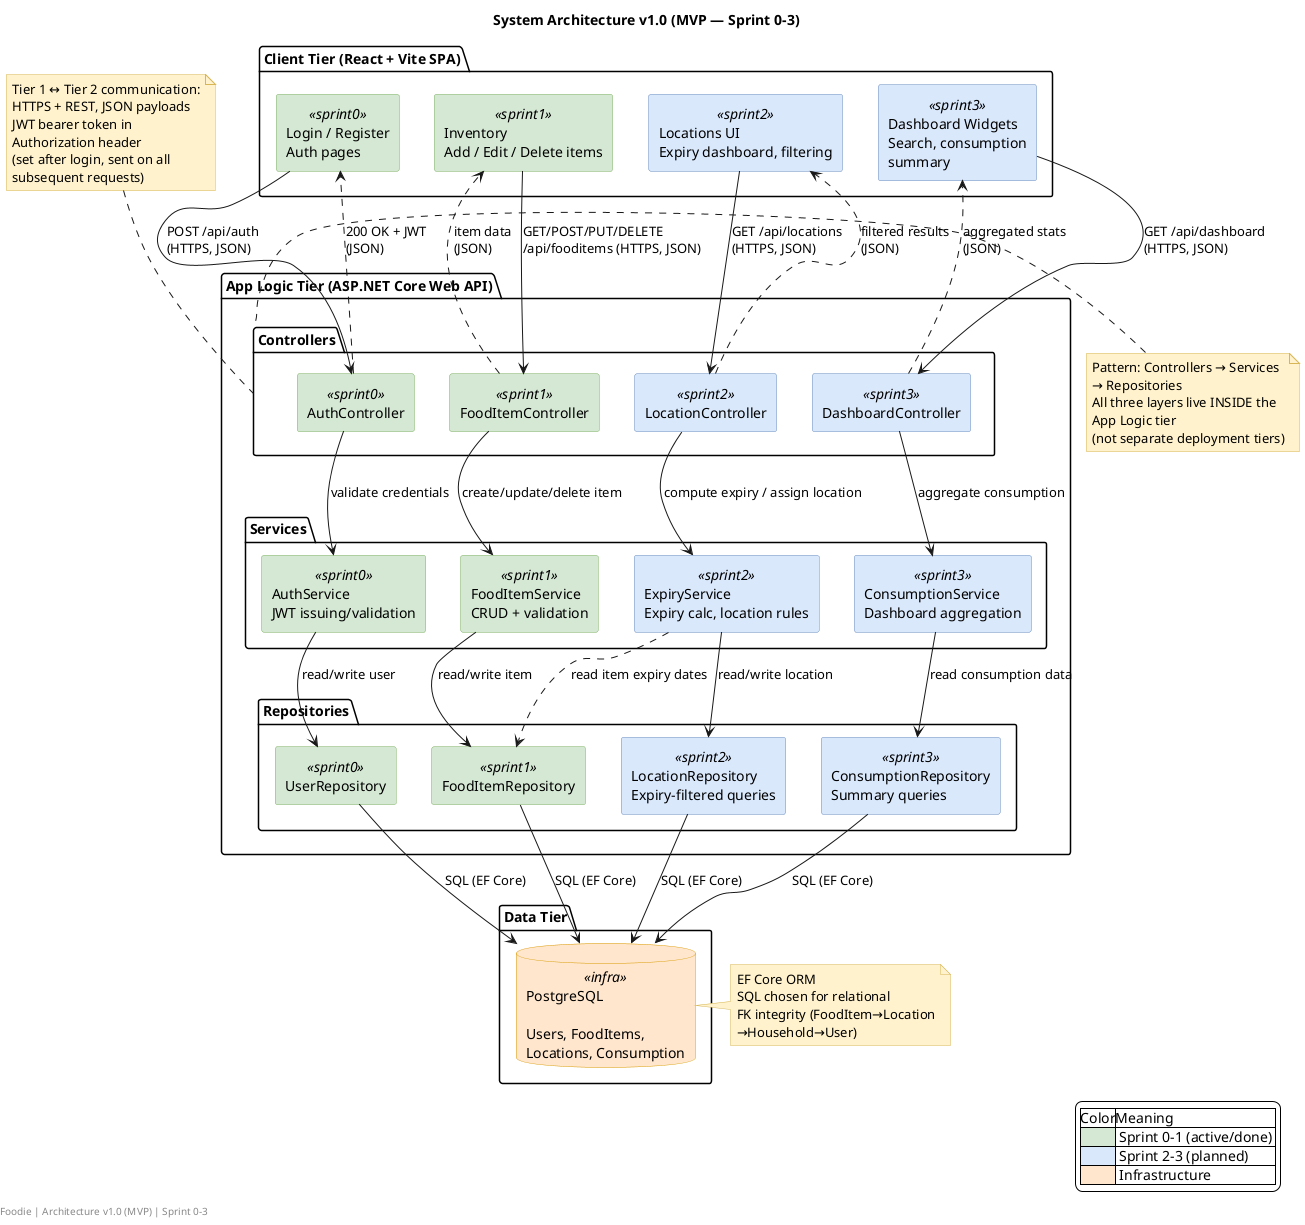
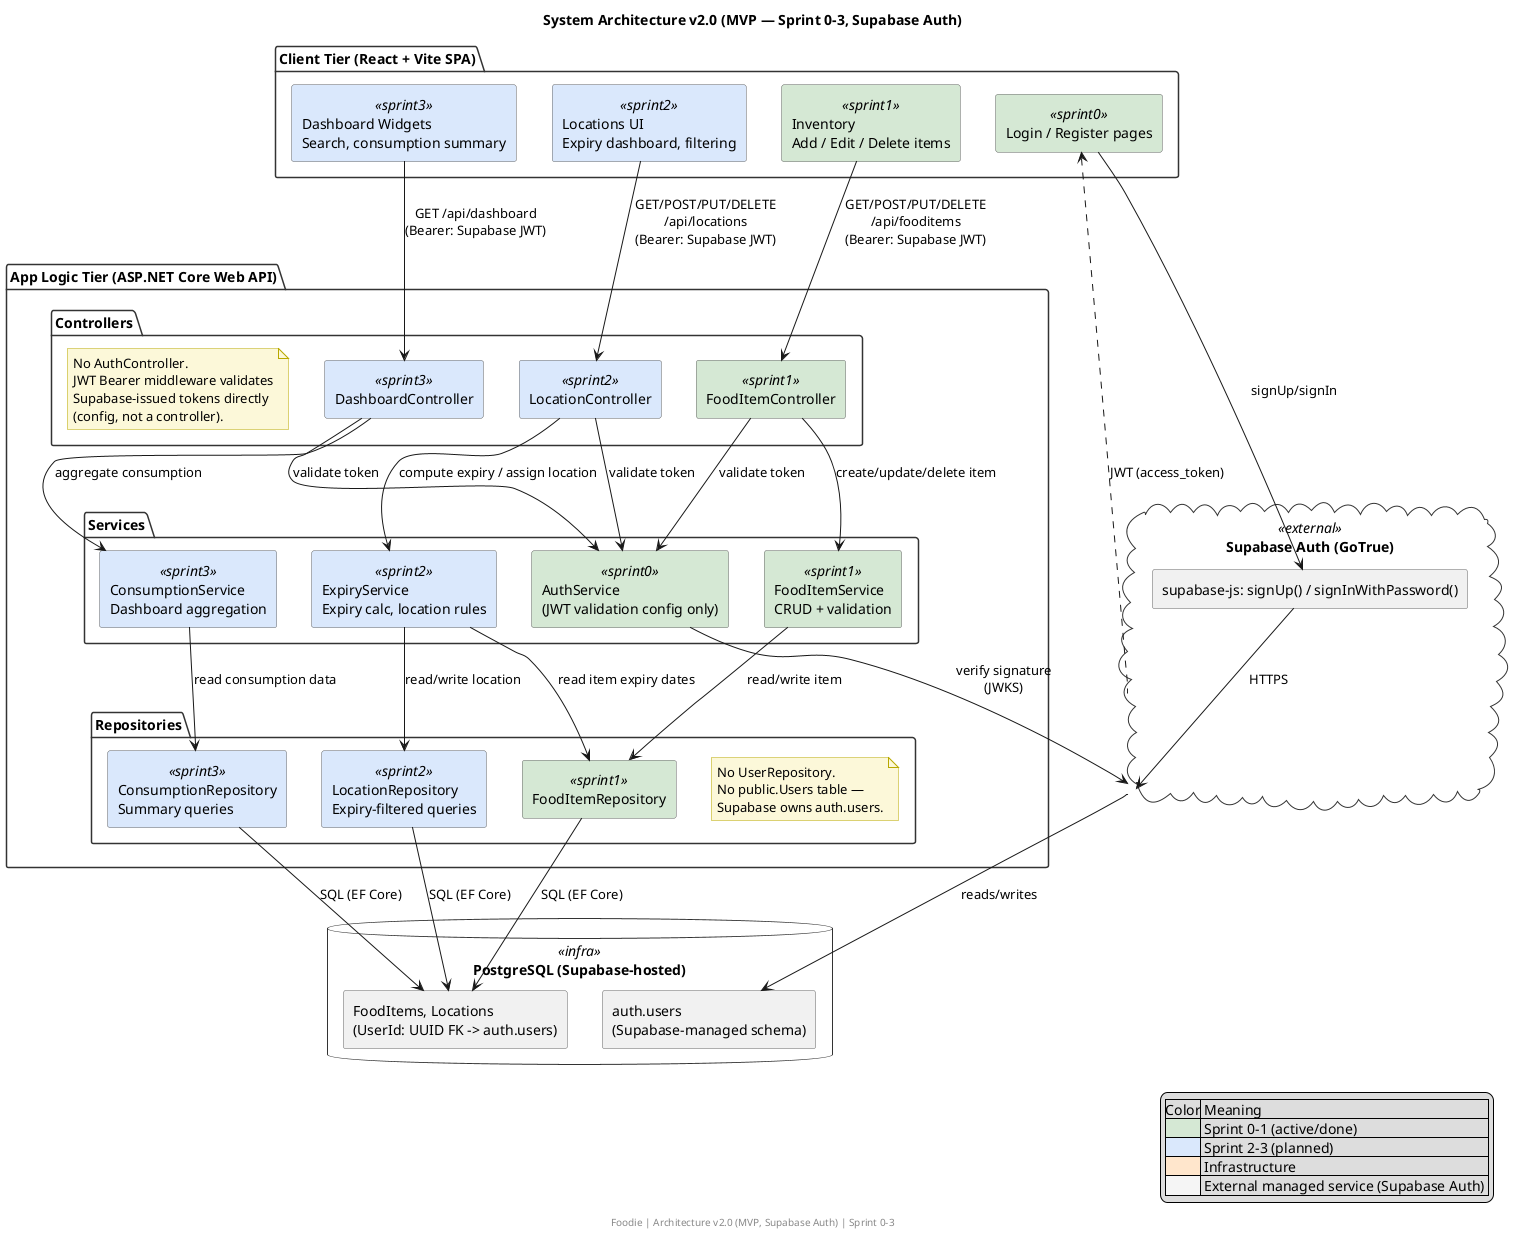
- @startuml Foodie_System_Architecture
- title System Architecture v1.0 (MVP — Sprint 0-3)
- 
- skinparam backgroundColor white
+ @startuml
+ title System Architecture v2.0 (MVP — Sprint 0-3, Supabase Auth)
skinparam componentStyle rectangle
- skinparam wrapWidth 200
- skinparam defaultTextAlignment left
- 
skinparam component {
  BackgroundColor<<sprint0>> #D5E8D4
-   BorderColor<<sprint0>> #82B366
  BackgroundColor<<sprint1>> #D5E8D4
-   BorderColor<<sprint1>> #82B366
  BackgroundColor<<sprint2>> #DAE8FC
-   BorderColor<<sprint2>> #6C8EBF
  BackgroundColor<<sprint3>> #DAE8FC
-   BorderColor<<sprint3>> #6C8EBF
  BackgroundColor<<infra>> #FFE6CC
-   BorderColor<<infra>> #D79B00
+   BackgroundColor<<external>> #F5F5F5
+   BorderColor #666666
+ }
+ skinparam note {
+   BackgroundColor #FCF8D9
+   BorderColor #B8A800
+ }
+ skinparam package {
+   BackgroundColor white
+   BorderColor #333333
}

- skinparam database {
-   BackgroundColor #FFE6CC
-   BorderColor #D79B00
+ package "Client Tier (React + Vite SPA)" as Client {
+   [Login / Register pages] <<sprint0>> as LoginUI
+   [Inventory\nAdd / Edit / Delete items] <<sprint1>> as InvUI
+   [Locations UI\nExpiry dashboard, filtering] <<sprint2>> as LocUI
+   [Dashboard Widgets\nSearch, consumption summary] <<sprint3>> as DashUI
}

- skinparam note {
-   BackgroundColor #FFF2CC
-   BorderColor #D6B656
+ cloud "Supabase Auth (GoTrue)" <<external>> as SupaAuth {
+   [supabase-js: signUp() / signInWithPassword()] as SupaSDK
}

- ' ===================== CLIENT TIER =====================
- package "Client Tier (React + Vite SPA)" {
-   [Login / Register\nAuth pages] <<sprint0>> as Auth
-   [Inventory\nAdd / Edit / Delete items] <<sprint1>> as Inventory
-   [Locations UI\nExpiry dashboard, filtering] <<sprint2>> as LocationsUI
-   [Dashboard Widgets\nSearch, consumption summary] <<sprint3>> as Dashboard
- }
- 
- ' ===================== APP LOGIC TIER (internal layers) =====================
- package "App Logic Tier (ASP.NET Core Web API)" {
- 
-   package "Controllers" {
-     [AuthController] <<sprint0>> as AuthCtrl
-     [FoodItemController] <<sprint1>> as ItemCtrl
+ package "App Logic Tier (ASP.NET Core Web API)" as AppLogic {
+   package "Controllers" as Controllers {
+     [FoodItemController] <<sprint1>> as FoodCtrl
    [LocationController] <<sprint2>> as LocCtrl
    [DashboardController] <<sprint3>> as DashCtrl
+     note as AuthNote
+       No AuthController.
+       JWT Bearer middleware validates
+       Supabase-issued tokens directly
+       (config, not a controller).
+     end note
  }

-   package "Services" {
-     [AuthService\nJWT issuing/validation] <<sprint0>> as AuthSvc
-     [FoodItemService\nCRUD + validation] <<sprint1>> as ItemSvc
+   package "Services" as Services {
+     [AuthService\n(JWT validation config only)] <<sprint0>> as AuthSvc
+     [FoodItemService\nCRUD + validation] <<sprint1>> as FoodSvc
    [ExpiryService\nExpiry calc, location rules] <<sprint2>> as ExpirySvc
-     [ConsumptionService\nDashboard aggregation] <<sprint3>> as ConsumeSvc
+     [ConsumptionService\nDashboard aggregation] <<sprint3>> as ConsSvc
  }

-   package "Repositories" {
-     [UserRepository] <<sprint0>> as UserRepo
-     [FoodItemRepository] <<sprint1>> as ItemRepo
+   package "Repositories" as Repositories {
+     note as NoUserRepo
+       No UserRepository.
+       No public.Users table —
+       Supabase owns auth.users.
+     end note
+     [FoodItemRepository] <<sprint1>> as FoodRepo
    [LocationRepository\nExpiry-filtered queries] <<sprint2>> as LocRepo
-     [ConsumptionRepository\nSummary queries] <<sprint3>> as ConsumeRepo
+     [ConsumptionRepository\nSummary queries] <<sprint3>> as ConsRepo
  }
}

- ' ===================== DATA TIER =====================
- package "Data Tier" {
-   database "PostgreSQL\n\nUsers, FoodItems,\nLocations, Consumption" <<infra>> as DB
+ database "PostgreSQL (Supabase-hosted)" <<infra>> as DB {
+   [auth.users\n(Supabase-managed schema)] as AuthUsersTbl
+   [FoodItems, Locations\n(UserId: UUID FK -> auth.users)] as AppTables
}

- note right of DB
-   EF Core ORM
-   SQL chosen for relational
-   FK integrity (FoodItem→Location
-   →Household→User)
- end note
+ ' Auth flow: client talks DIRECTLY to Supabase, bypassing App Logic Tier
+ LoginUI --> SupaSDK : signUp/signIn
+ SupaSDK --> SupaAuth : HTTPS
+ SupaAuth --> AuthUsersTbl : reads/writes
+ LoginUI <.. SupaAuth : JWT (access_token)

- note left of Controllers
-   Pattern: Controllers → Services → Repositories
-   All three layers live INSIDE the App Logic tier
-   (not separate deployment tiers)
- end note
+ ' Client to App Logic Tier, carrying Supabase JWT as Bearer token
+ InvUI --> FoodCtrl : GET/POST/PUT/DELETE\n/api/fooditems\n(Bearer: Supabase JWT)
+ LocUI --> LocCtrl : GET/POST/PUT/DELETE\n/api/locations\n(Bearer: Supabase JWT)
+ DashUI --> DashCtrl : GET /api/dashboard\n(Bearer: Supabase JWT)

- note top of Controllers
-   Tier 1 ↔ Tier 2 communication:
-   HTTPS + REST, JSON payloads
-   JWT bearer token in Authorization header
-   (set after login, sent on all
-   subsequent requests)
- end note
+ FoodCtrl --> AuthSvc : validate token
+ LocCtrl --> AuthSvc : validate token
+ DashCtrl --> AuthSvc : validate token
+ AuthSvc --> SupaAuth : verify signature\n(JWKS)
+ 
+ FoodCtrl --> FoodSvc : create/update/delete item
+ LocCtrl --> ExpirySvc : compute expiry / assign location
+ DashCtrl --> ConsSvc : aggregate consumption
+ 
+ FoodSvc --> FoodRepo : read/write item
+ ExpirySvc --> LocRepo : read/write location
+ ExpirySvc --> FoodRepo : read item expiry dates
+ ConsSvc --> ConsRepo : read consumption data
+ 
+ FoodRepo --> AppTables : SQL (EF Core)
+ LocRepo --> AppTables : SQL (EF Core)
+ ConsRepo --> AppTables : SQL (EF Core)

legend right
-   |Color|Meaning|
+   |Color| Meaning |
  |<#D5E8D4>| Sprint 0-1 (active/done) |
  |<#DAE8FC>| Sprint 2-3 (planned) |
  |<#FFE6CC>| Infrastructure |
+   |<#F5F5F5>| External managed service (Supabase Auth) |
endlegend

- ' ===================== FLOWS: Client -> Controllers (HTTPS/REST + JSON) =====================
- Auth --> AuthCtrl : POST /api/auth\n(HTTPS, JSON)
- Inventory --> ItemCtrl : GET/POST/PUT/DELETE\n/api/fooditems (HTTPS, JSON)
- LocationsUI --> LocCtrl : GET /api/locations\n(HTTPS, JSON)
- Dashboard --> DashCtrl : GET /api/dashboard\n(HTTPS, JSON)
- 
- AuthCtrl ..> Auth : 200 OK + JWT\n(JSON)
- ItemCtrl ..> Inventory : item data\n(JSON)
- LocCtrl ..> LocationsUI : filtered results\n(JSON)
- DashCtrl ..> Dashboard : aggregated stats\n(JSON)
- 
- ' ===================== FLOWS: Controllers -> Services =====================
- AuthCtrl --> AuthSvc : validate credentials
- ItemCtrl --> ItemSvc : create/update/delete item
- LocCtrl --> ExpirySvc : compute expiry / assign location
- DashCtrl --> ConsumeSvc : aggregate consumption
- 
- ' ===================== FLOWS: Services -> Repositories =====================
- AuthSvc --> UserRepo : read/write user
- ItemSvc --> ItemRepo : read/write item
- ExpirySvc --> LocRepo : read/write location
- ConsumeSvc --> ConsumeRepo : read consumption data
- 
- ' cross-layer dependency: expiry rules need item data too
- ExpirySvc ..> ItemRepo : read item expiry dates
- 
- ' ===================== FLOWS: Repositories -> Database =====================
- UserRepo --> DB : SQL (EF Core)
- ItemRepo --> DB : SQL (EF Core)
- LocRepo --> DB : SQL (EF Core)
- ConsumeRepo --> DB : SQL (EF Core)
- 
- footer Foodie | Architecture v1.0 (MVP) | Sprint 0-3
+ footer Foodie | Architecture v2.0 (MVP, Supabase Auth) | Sprint 0-3
@enduml